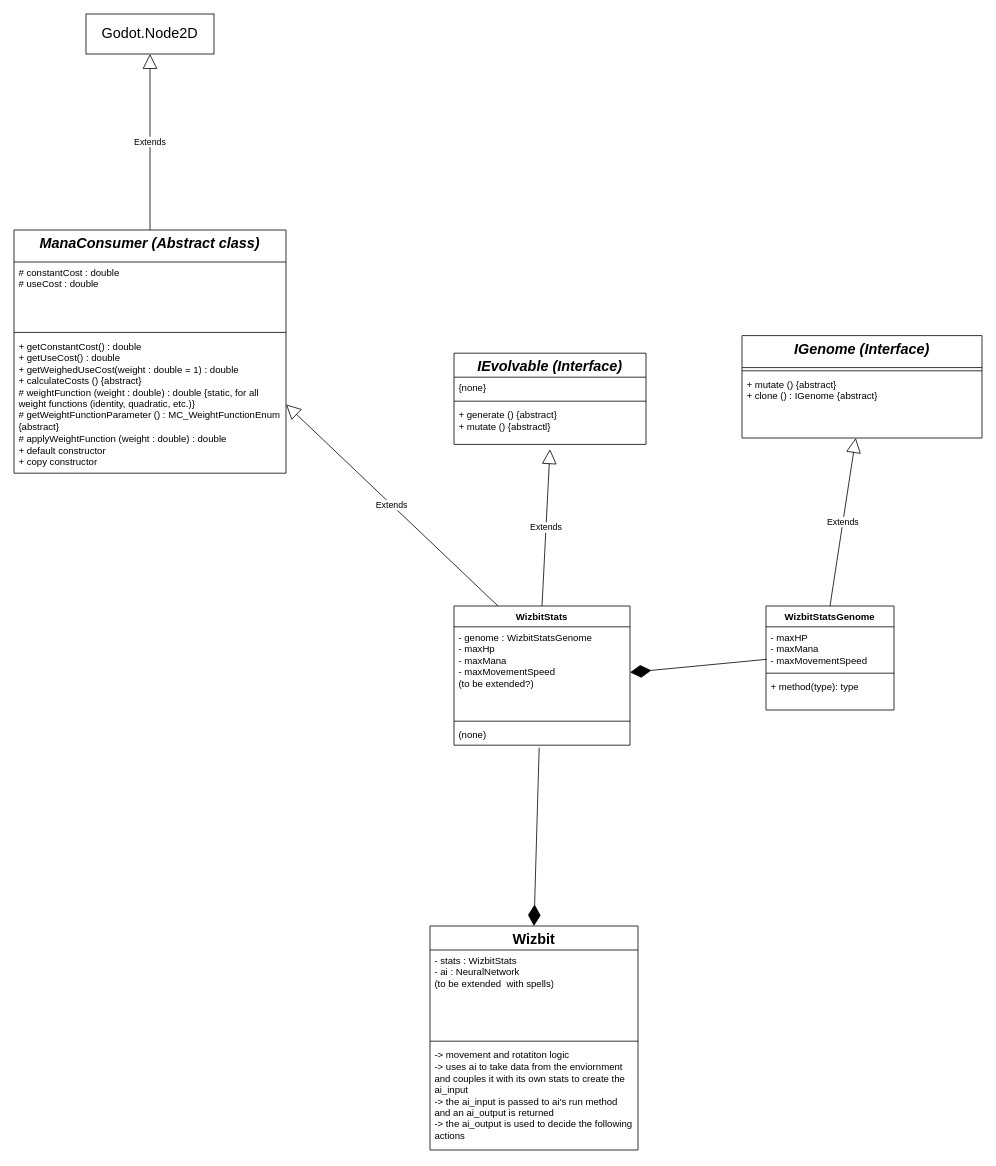
This is project_structure/wizbitStats.drawio from anastasia-stefanescu/MagicEvolution, a draw.io file, before an edit. Source tidied: cells renumbered, new cells numbered last; positions are measured from the earlier drawing's top-left corner, leaving out a move shared by most shapes. Both pictures are drawn from the tidied source at 80%, with x=0, y=0 at pixel (14, 14).
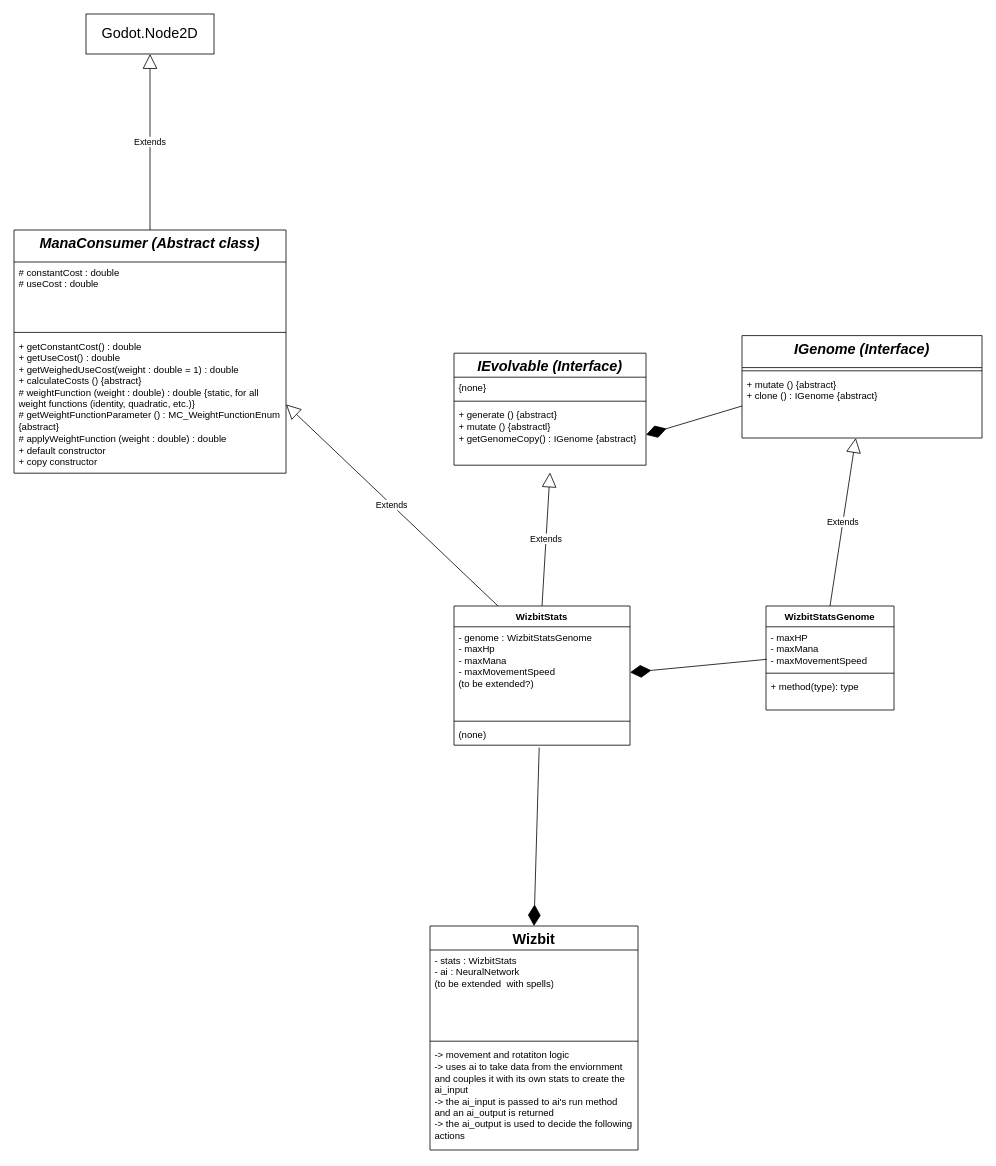
The same diagram, later.

Unchanged cells that the change refers to:
```xml
<mxCell id="17" value="&lt;div&gt;&lt;span style=&quot;background-color: initial;&quot;&gt;+ mutate () {abstract}&lt;/span&gt;&lt;br&gt;&lt;/div&gt;&lt;div&gt;&lt;span style=&quot;background-color: initial;&quot;&gt;+ clone () : IGenome {abstract}&lt;/span&gt;&lt;/div&gt;" style="text;strokeColor=none;fillColor=none;align=left;verticalAlign=top;spacingLeft=4;spacingRight=4;overflow=hidden;points=[[0,0.5],[1,0.5]];portConstraint=eastwest;whiteSpace=wrap;html=1;" parent="15" vertex="1">
  <mxGeometry y="48" width="300" height="80" as="geometry" />
</mxCell>
```

Diff of the diagram source:
```diff
@@
     <mxCell id="6" value="&lt;i&gt;&lt;font style=&quot;font-size: 18px;&quot;&gt;IEvolvable (Interface)&lt;/font&gt;&lt;/i&gt;" style="swimlane;fontStyle=1;align=center;verticalAlign=top;horizontal=1;startSize=30;whiteSpace=wrap;html=1;" parent="1" vertex="1">
-      <mxGeometry x="550" y="424" width="240" height="114" as="geometry" />
+      <mxGeometry x="550" y="424" width="240" height="140" as="geometry" />
     </mxCell>
@@
-    <mxCell id="9" value="+ generate () {abstract}&lt;div&gt;+ mutate () {abstractl}&lt;/div&gt;" style="text;strokeColor=none;fillColor=none;align=left;verticalAlign=top;spacingLeft=4;spacingRight=4;overflow=hidden;points=[[0,0.5],[1,0.5]];portConstraint=eastwest;whiteSpace=wrap;html=1;" parent="6" vertex="1">
-      <mxGeometry y="64" width="240" height="50" as="geometry" />
+    <mxCell id="9" value="+ generate () {abstract}&lt;div&gt;+ mutate () {abstractl}&lt;/div&gt;&lt;div&gt;+ getGenomeCopy() : IGenome {abstract}&lt;/div&gt;" style="text;strokeColor=none;fillColor=none;align=left;verticalAlign=top;spacingLeft=4;spacingRight=4;overflow=hidden;points=[[0,0.5],[1,0.5]];portConstraint=eastwest;whiteSpace=wrap;html=1;" parent="6" vertex="1">
+      <mxGeometry y="64" width="240" height="76" as="geometry" />
     </mxCell>
@@
+    <mxCell id="32" style="endArrow=diamondThin;endFill=1;endSize=24;html=1;rounded=0;exitX=0;exitY=0.5;exitDx=0;exitDy=0;entryX=1;entryY=0.5;entryDx=0;entryDy=0;" parent="1" edge="1" source="17" target="9">
+      <mxGeometry relative="1" as="geometry" />
+    </mxCell>
```
